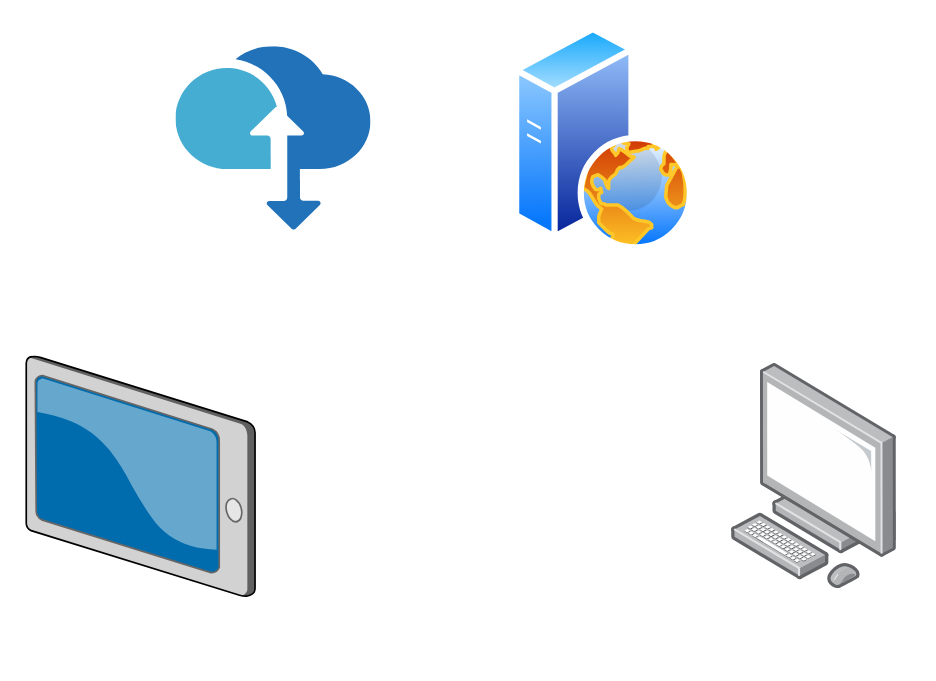
Before: projectinfrastructure.drawio in kachun8051/networkdiagram, a draw.io diagram. Source tidied: cells renumbered, new cells numbered last; positions are measured from the earlier drawing's top-left corner, leaving out a move shared by most shapes. Both pictures are drawn from the tidied source at 150%, with x=0, y=0 at pixel (26, 26).
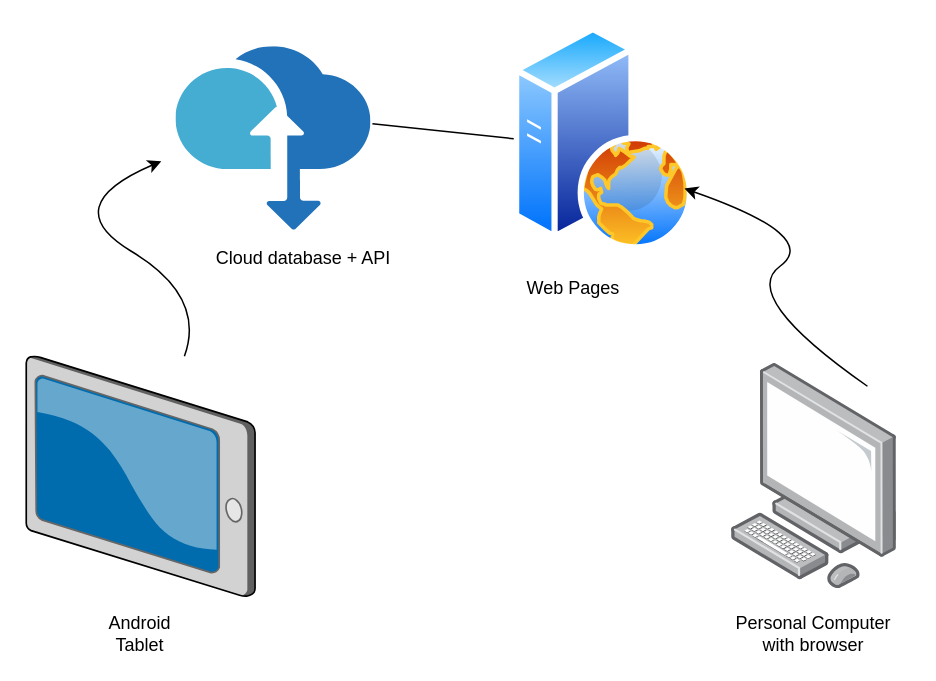
The same page after the edit.

Diff of the diagram source:
```diff
@@
 <mxGraphModel>
   <root>
     <mxCell id="0" />
     <mxCell id="1" parent="0" />
     <mxCell id="2" style="perimeter=ellipsePerimeter;html=1;align=center;shadow=0;dashed=0;spacingTop=3;image;image=img/lib/active_directory/web_server.svg;" parent="1" vertex="1">
       <mxGeometry x="325" width="120" height="150" as="geometry" />
     </mxCell>
     <mxCell id="3" style="sketch=0;html=1;points=[];align=center;image;fontSize=12;image=img/lib/mscae/Data_Box.svg;" parent="1" vertex="1">
       <mxGeometry x="100" y="13.9" width="130" height="122.2" as="geometry" />
     </mxCell>
     <mxCell id="4" style="verticalLabelPosition=bottom;sketch=0;html=1;verticalAlign=top;strokeColor=none;align=center;outlineConnect=0;shape=mxgraph.citrix.tablet_2;" parent="1" vertex="1">
       <mxGeometry y="220" width="152.6" height="160" as="geometry" />
     </mxCell>
     <mxCell id="5" style="html=1;align=center;shadow=0;dashed=0;image;image=img/lib/allied_telesis/computer_and_terminals/Personal_Computer.svg;" parent="1" vertex="1">
       <mxGeometry x="470" y="225" width="110.7" height="150" as="geometry" />
     </mxCell>
+    <mxCell id="6" style="curved=1;endArrow=classic;html=1;rounded=0;" parent="1" edge="1" source="4">
+      <mxGeometry relative="1" as="geometry">
+        <mxPoint x="90" y="90" as="targetPoint" />
+        <Array as="points">
+          <mxPoint x="120" y="180" />
+          <mxPoint x="20" y="120" />
+        </Array>
+      </mxGeometry>
+    </mxCell>
+    <mxCell id="7" style="curved=1;endArrow=classic;html=1;rounded=0;entryX=1;entryY=0.75;entryDx=0;entryDy=0;" parent="1" edge="1" target="2">
+      <mxGeometry relative="1" as="geometry">
+        <mxPoint x="560.8" y="240" as="sourcePoint" />
+        <Array as="points">
+          <mxPoint x="475" y="180" />
+          <mxPoint x="530" y="140" />
+        </Array>
+      </mxGeometry>
+    </mxCell>
+    <mxCell id="8" style="endArrow=none;html=1;rounded=0;exitX=1.006;exitY=0.418;exitDx=0;exitDy=0;exitPerimeter=0;entryX=0;entryY=0.5;entryDx=0;entryDy=0;" parent="1" edge="1" source="3" target="2">
+      <mxGeometry relative="1" as="geometry" />
+    </mxCell>
+    <mxCell id="9" value="Android Tablet" style="text;html=1;strokeColor=none;fillColor=none;align=center;verticalAlign=middle;whiteSpace=wrap;rounded=0;" parent="1" vertex="1">
+      <mxGeometry x="46.3" y="390" width="60" height="30" as="geometry" />
+    </mxCell>
+    <mxCell id="10" value="Personal Computer with browser" style="text;html=1;strokeColor=none;fillColor=none;align=center;verticalAlign=middle;whiteSpace=wrap;rounded=0;" parent="1" vertex="1">
+      <mxGeometry x="460" y="390" width="130" height="30" as="geometry" />
+    </mxCell>
+    <mxCell id="11" value="Cloud database + API" style="text;html=1;strokeColor=none;fillColor=none;align=center;verticalAlign=middle;whiteSpace=wrap;rounded=0;" parent="1" vertex="1">
+      <mxGeometry x="120" y="140" width="130" height="30" as="geometry" />
+    </mxCell>
+    <mxCell id="12" value="Web Pages" style="text;html=1;strokeColor=none;fillColor=none;align=center;verticalAlign=middle;whiteSpace=wrap;rounded=0;" parent="1" vertex="1">
+      <mxGeometry x="300" y="160" width="130" height="30" as="geometry" />
+    </mxCell>
   </root>
 </mxGraphModel>
```
